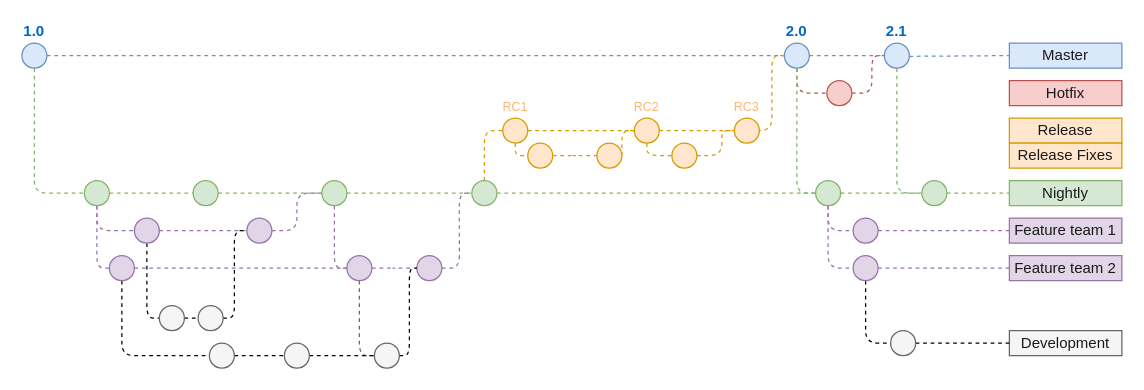
The draw.io diagram page "complex gitflow" (1 of 2) of blog/gitflow-examples.drawio in jgraph/drawio-diagrams, before the edit. Source tidied: cells renumbered, new cells numbered last; positions are measured from the earlier drawing's top-left corner, leaving out a move shared by most shapes. Both pictures are drawn from the tidied source at 125%, with x=0, y=0 at pixel (21, 42).
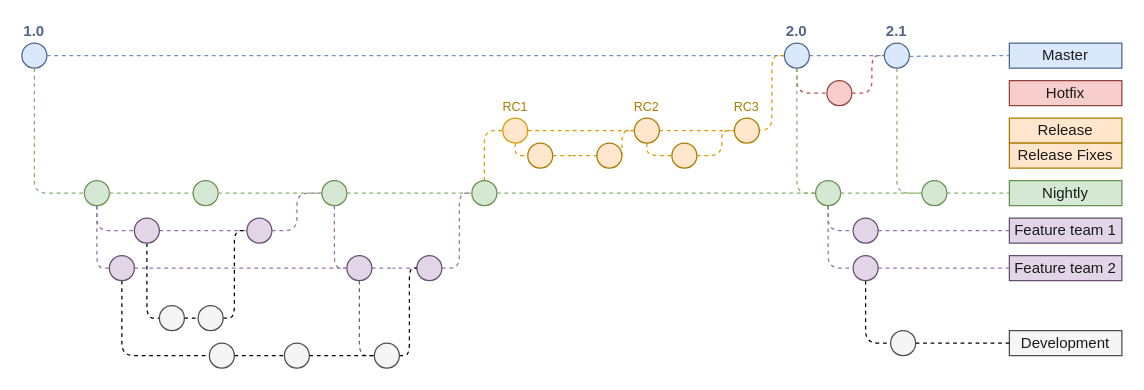
The same page after the edit.

What changed in the source:
```diff
@@
-    <mxCell id="4" value="1.0" style="ellipse;whiteSpace=wrap;html=1;fillColor=#dae8fc;strokeColor=#6c8ebf;fontStyle=1;labelPosition=center;verticalLabelPosition=top;align=center;verticalAlign=bottom;fontColor=#0066CC;" parent="1" vertex="1">
+    <mxCell id="4" value="1.0" style="ellipse;whiteSpace=wrap;html=1;fillColor=#dae8fc;strokeColor=#4E668A;fontStyle=1;labelPosition=center;verticalLabelPosition=top;align=center;verticalAlign=bottom;fontColor=#4E668A;" parent="1" vertex="1">
       <mxGeometry width="20" height="20" as="geometry" />
     </mxCell>
-    <mxCell id="5" value="Master" style="text;html=1;strokeColor=#6c8ebf;fillColor=#dae8fc;align=center;verticalAlign=middle;whiteSpace=wrap;rounded=0;fontColor=#1A1A1A;" parent="1" vertex="1">
+    <mxCell id="5" value="Master" style="text;html=1;strokeColor=#4E668A;fillColor=#dae8fc;align=center;verticalAlign=middle;whiteSpace=wrap;rounded=0;fontColor=#1A1A1A;" parent="1" vertex="1">
       <mxGeometry x="790" width="90" height="20" as="geometry" />
     </mxCell>
@@
-    <mxCell id="8" style="ellipse;whiteSpace=wrap;html=1;fillColor=#f8cecc;strokeColor=#b85450;" parent="1" vertex="1">
+    <mxCell id="8" style="ellipse;whiteSpace=wrap;html=1;fillColor=#f8cecc;strokeColor=#944440;" parent="1" vertex="1">
       <mxGeometry x="644" y="30" width="20" height="20" as="geometry" />
     </mxCell>
-    <mxCell id="9" value="2.1" style="ellipse;whiteSpace=wrap;html=1;fillColor=#dae8fc;strokeColor=#6c8ebf;fontStyle=1;labelPosition=center;verticalLabelPosition=top;align=center;verticalAlign=bottom;fontColor=#0066CC;" parent="1" vertex="1">
+    <mxCell id="9" value="2.1" style="ellipse;whiteSpace=wrap;html=1;fillColor=#dae8fc;strokeColor=#4E668A;fontStyle=1;labelPosition=center;verticalLabelPosition=top;align=center;verticalAlign=bottom;fontColor=#4E668A;" parent="1" vertex="1">
       <mxGeometry x="690" width="20" height="20" as="geometry" />
     </mxCell>
@@
-    <mxCell id="12" value="Hotfix" style="text;html=1;strokeColor=#b85450;fillColor=#f8cecc;align=center;verticalAlign=middle;whiteSpace=wrap;rounded=0;fontColor=#1A1A1A;" parent="1" vertex="1">
+    <mxCell id="12" value="Hotfix" style="text;html=1;strokeColor=#944440;fillColor=#f8cecc;align=center;verticalAlign=middle;whiteSpace=wrap;rounded=0;fontColor=#1A1A1A;" parent="1" vertex="1">
       <mxGeometry x="790" y="30" width="90" height="20" as="geometry" />
     </mxCell>
@@
-    <mxCell id="16" style="ellipse;whiteSpace=wrap;html=1;fillColor=#d5e8d4;strokeColor=#82b366;" parent="1" vertex="1">
+    <mxCell id="16" style="ellipse;whiteSpace=wrap;html=1;fillColor=#d5e8d4;strokeColor=#688F51;" parent="1" vertex="1">
       <mxGeometry x="50" y="110" width="20" height="20" as="geometry" />
     </mxCell>
-    <mxCell id="17" value="Nightly" style="text;html=1;strokeColor=#82b366;fillColor=#d5e8d4;align=center;verticalAlign=middle;whiteSpace=wrap;rounded=0;fontColor=#1A1A1A;" parent="1" vertex="1">
+    <mxCell id="17" value="Nightly" style="text;html=1;strokeColor=#688F51;fillColor=#d5e8d4;align=center;verticalAlign=middle;whiteSpace=wrap;rounded=0;fontColor=#1A1A1A;" parent="1" vertex="1">
       <mxGeometry x="790" y="110" width="90" height="20" as="geometry" />
     </mxCell>
-    <mxCell id="18" style="ellipse;whiteSpace=wrap;html=1;fillColor=#d5e8d4;strokeColor=#82b366;" parent="1" vertex="1">
+    <mxCell id="18" style="ellipse;whiteSpace=wrap;html=1;fillColor=#d5e8d4;strokeColor=#688F51;" parent="1" vertex="1">
       <mxGeometry x="137" y="110" width="20" height="20" as="geometry" />
     </mxCell>
@@
-    <mxCell id="21" style="ellipse;whiteSpace=wrap;html=1;fillColor=#d5e8d4;strokeColor=#82b366;" parent="1" vertex="1">
+    <mxCell id="21" style="ellipse;whiteSpace=wrap;html=1;fillColor=#d5e8d4;strokeColor=#688F51;" parent="1" vertex="1">
       <mxGeometry x="240" y="110" width="20" height="20" as="geometry" />
     </mxCell>
@@
-    <mxCell id="24" style="ellipse;whiteSpace=wrap;html=1;fillColor=#d5e8d4;strokeColor=#82b366;" parent="1" vertex="1">
+    <mxCell id="24" style="ellipse;whiteSpace=wrap;html=1;fillColor=#d5e8d4;strokeColor=#688F51;" parent="1" vertex="1">
       <mxGeometry x="360" y="110" width="20" height="20" as="geometry" />
     </mxCell>
@@
-    <mxCell id="27" value="2.0" style="ellipse;whiteSpace=wrap;html=1;fillColor=#dae8fc;strokeColor=#6c8ebf;fontStyle=1;labelPosition=center;verticalLabelPosition=top;align=center;verticalAlign=bottom;fontColor=#0066CC;" parent="1" vertex="1">
+    <mxCell id="27" value="2.0" style="ellipse;whiteSpace=wrap;html=1;fillColor=#dae8fc;strokeColor=#4E668A;fontStyle=1;labelPosition=center;verticalLabelPosition=top;align=center;verticalAlign=bottom;fontColor=#4E668A;" parent="1" vertex="1">
       <mxGeometry x="610" width="20" height="20" as="geometry" />
     </mxCell>
@@
-    <mxCell id="31" value="RC2" style="ellipse;whiteSpace=wrap;html=1;fontSize=10;labelPosition=center;verticalLabelPosition=top;align=center;verticalAlign=bottom;fillColor=#ffe6cc;strokeColor=#d79b00;fontColor=#FFB570;" parent="1" vertex="1">
+    <mxCell id="31" value="RC2" style="ellipse;whiteSpace=wrap;html=1;fontSize=10;labelPosition=center;verticalLabelPosition=top;align=center;verticalAlign=bottom;fillColor=#ffe6cc;strokeColor=#AB7B00;fontColor=#AB7B00;" parent="1" vertex="1">
       <mxGeometry x="490" y="60" width="20" height="20" as="geometry" />
     </mxCell>
@@
-    <mxCell id="33" value="RC1" style="ellipse;whiteSpace=wrap;html=1;fontSize=10;labelPosition=center;verticalLabelPosition=top;align=center;verticalAlign=bottom;fillColor=#ffe6cc;strokeColor=#d79b00;fontColor=#FFB570;" parent="1" vertex="1">
+    <mxCell id="33" value="RC1" style="ellipse;whiteSpace=wrap;html=1;fontSize=10;labelPosition=center;verticalLabelPosition=top;align=center;verticalAlign=bottom;fillColor=#ffe6cc;strokeColor=#d79b00;fontColor=#AB7B00;" parent="1" vertex="1">
       <mxGeometry x="384.7" y="60" width="20" height="20" as="geometry" />
     </mxCell>
-    <mxCell id="34" value="Release" style="text;html=1;strokeColor=#d79b00;fillColor=#ffe6cc;align=center;verticalAlign=middle;whiteSpace=wrap;rounded=0;fontSize=12;fontColor=#1A1A1A;" parent="1" vertex="1">
+    <mxCell id="34" value="Release" style="text;html=1;strokeColor=#AB7B00;fillColor=#ffe6cc;align=center;verticalAlign=middle;whiteSpace=wrap;rounded=0;fontSize=12;fontColor=#1A1A1A;" parent="1" vertex="1">
       <mxGeometry x="790" y="60" width="90" height="20" as="geometry" />
     </mxCell>
@@
-    <mxCell id="38" style="ellipse;whiteSpace=wrap;html=1;fontSize=10;fillColor=#e1d5e7;strokeColor=#9673a6;" parent="1" vertex="1">
+    <mxCell id="38" style="ellipse;whiteSpace=wrap;html=1;fontSize=10;fillColor=#e1d5e7;strokeColor=#654E70;" parent="1" vertex="1">
       <mxGeometry x="180" y="140" width="20" height="20" as="geometry" />
     </mxCell>
@@
-    <mxCell id="40" style="ellipse;whiteSpace=wrap;html=1;fontSize=10;fillColor=#e1d5e7;strokeColor=#9673a6;" parent="1" vertex="1">
+    <mxCell id="40" style="ellipse;whiteSpace=wrap;html=1;fontSize=10;fillColor=#e1d5e7;strokeColor=#654E70;" parent="1" vertex="1">
       <mxGeometry x="70" y="170" width="20" height="20" as="geometry" />
     </mxCell>
@@
-    <mxCell id="43" style="ellipse;whiteSpace=wrap;html=1;fontSize=10;fillColor=#e1d5e7;strokeColor=#9673a6;" parent="1" vertex="1">
+    <mxCell id="43" style="ellipse;whiteSpace=wrap;html=1;fontSize=10;fillColor=#e1d5e7;strokeColor=#654E70;" parent="1" vertex="1">
       <mxGeometry x="260" y="170" width="20" height="20" as="geometry" />
     </mxCell>
@@
-    <mxCell id="45" style="ellipse;whiteSpace=wrap;html=1;fontSize=10;fontColor=#333333;fillColor=#f5f5f5;strokeColor=#666666;" parent="1" vertex="1">
+    <mxCell id="45" style="ellipse;whiteSpace=wrap;html=1;fontSize=10;fontColor=#333333;fillColor=#f5f5f5;strokeColor=#4D4D4D;" parent="1" vertex="1">
       <mxGeometry x="110" y="210" width="20" height="20" as="geometry" />
     </mxCell>
@@
-    <mxCell id="47" style="ellipse;whiteSpace=wrap;html=1;fontSize=10;fillColor=#e1d5e7;strokeColor=#9673a6;" parent="1" vertex="1">
+    <mxCell id="47" style="ellipse;whiteSpace=wrap;html=1;fontSize=10;fillColor=#e1d5e7;strokeColor=#654E70;" parent="1" vertex="1">
       <mxGeometry x="316" y="170" width="20" height="20" as="geometry" />
     </mxCell>
@@
-    <mxCell id="49" value="Feature team 1" style="text;html=1;strokeColor=#9673a6;fillColor=#e1d5e7;align=center;verticalAlign=middle;whiteSpace=wrap;rounded=0;fontColor=#1A1A1A;" parent="1" vertex="1">
+    <mxCell id="49" value="Feature team 1" style="text;html=1;strokeColor=#654E70;fillColor=#e1d5e7;align=center;verticalAlign=middle;whiteSpace=wrap;rounded=0;fontColor=#1A1A1A;" parent="1" vertex="1">
       <mxGeometry x="790" y="140" width="90" height="20" as="geometry" />
     </mxCell>
-    <mxCell id="50" value="Feature team 2" style="text;html=1;strokeColor=#9673a6;fillColor=#e1d5e7;align=center;verticalAlign=middle;whiteSpace=wrap;rounded=0;fontColor=#1A1A1A;" parent="1" vertex="1">
+    <mxCell id="50" value="Feature team 2" style="text;html=1;strokeColor=#654E70;fillColor=#e1d5e7;align=center;verticalAlign=middle;whiteSpace=wrap;rounded=0;fontColor=#1A1A1A;" parent="1" vertex="1">
       <mxGeometry x="790" y="170" width="90" height="20" as="geometry" />
     </mxCell>
@@
-    <mxCell id="52" style="ellipse;whiteSpace=wrap;html=1;fontSize=10;fontColor=#333333;fillColor=#f5f5f5;strokeColor=#666666;" parent="1" vertex="1">
+    <mxCell id="52" style="ellipse;whiteSpace=wrap;html=1;fontSize=10;fontColor=#333333;fillColor=#f5f5f5;strokeColor=#4D4D4D;" parent="1" vertex="1">
       <mxGeometry x="141" y="210" width="20" height="20" as="geometry" />
     </mxCell>
@@
-    <mxCell id="54" style="ellipse;whiteSpace=wrap;html=1;fontSize=10;fontColor=#333333;fillColor=#f5f5f5;strokeColor=#666666;" parent="1" vertex="1">
+    <mxCell id="54" style="ellipse;whiteSpace=wrap;html=1;fontSize=10;fontColor=#333333;fillColor=#f5f5f5;strokeColor=#4D4D4D;" parent="1" vertex="1">
       <mxGeometry x="150" y="240" width="20" height="20" as="geometry" />
     </mxCell>
@@
-    <mxCell id="56" style="ellipse;whiteSpace=wrap;html=1;fontSize=10;fontColor=#333333;fillColor=#f5f5f5;strokeColor=#666666;" parent="1" vertex="1">
+    <mxCell id="56" style="ellipse;whiteSpace=wrap;html=1;fontSize=10;fontColor=#333333;fillColor=#f5f5f5;strokeColor=#4D4D4D;" parent="1" vertex="1">
       <mxGeometry x="210" y="240" width="20" height="20" as="geometry" />
     </mxCell>
@@
-    <mxCell id="58" style="ellipse;whiteSpace=wrap;html=1;fontSize=10;fontColor=#333333;fillColor=#f5f5f5;strokeColor=#666666;" parent="1" vertex="1">
+    <mxCell id="58" style="ellipse;whiteSpace=wrap;html=1;fontSize=10;fontColor=#333333;fillColor=#f5f5f5;strokeColor=#4D4D4D;" parent="1" vertex="1">
       <mxGeometry x="282" y="240" width="20" height="20" as="geometry" />
     </mxCell>
@@
-    <mxCell id="60" style="ellipse;whiteSpace=wrap;html=1;fontSize=10;fillColor=#ffe6cc;strokeColor=#d79b00;" parent="1" vertex="1">
+    <mxCell id="60" style="ellipse;whiteSpace=wrap;html=1;fontSize=10;fillColor=#ffe6cc;strokeColor=#AB7B00;" parent="1" vertex="1">
       <mxGeometry x="404.7" y="80" width="20" height="20" as="geometry" />
     </mxCell>
-    <mxCell id="61" value="Development" style="text;html=1;strokeColor=#666666;fillColor=#f5f5f5;align=center;verticalAlign=middle;whiteSpace=wrap;rounded=0;fontColor=#1A1A1A;" parent="1" vertex="1">
+    <mxCell id="61" value="Development" style="text;html=1;strokeColor=#4D4D4D;fillColor=#f5f5f5;align=center;verticalAlign=middle;whiteSpace=wrap;rounded=0;fontColor=#1A1A1A;" parent="1" vertex="1">
       <mxGeometry x="790" y="230" width="90" height="20" as="geometry" />
     </mxCell>
@@
-    <mxCell id="63" style="ellipse;whiteSpace=wrap;html=1;fontSize=10;fillColor=#ffe6cc;strokeColor=#d79b00;" parent="1" vertex="1">
+    <mxCell id="63" style="ellipse;whiteSpace=wrap;html=1;fontSize=10;fillColor=#ffe6cc;strokeColor=#AB7B00;" parent="1" vertex="1">
       <mxGeometry x="460" y="80" width="20" height="20" as="geometry" />
     </mxCell>
@@
-    <mxCell id="67" style="ellipse;whiteSpace=wrap;html=1;fontSize=10;fillColor=#d5e8d4;strokeColor=#82b366;" parent="1" vertex="1">
+    <mxCell id="67" style="ellipse;whiteSpace=wrap;html=1;fontSize=10;fillColor=#d5e8d4;strokeColor=#688F51;" parent="1" vertex="1">
       <mxGeometry x="635" y="110" width="20" height="20" as="geometry" />
     </mxCell>
@@
-    <mxCell id="69" value="Release Fixes" style="text;html=1;strokeColor=#d79b00;fillColor=#ffe6cc;align=center;verticalAlign=middle;whiteSpace=wrap;rounded=0;fontSize=12;fontColor=#1A1A1A;" parent="1" vertex="1">
+    <mxCell id="69" value="Release Fixes" style="text;html=1;strokeColor=#AB7B00;fillColor=#ffe6cc;align=center;verticalAlign=middle;whiteSpace=wrap;rounded=0;fontSize=12;fontColor=#1A1A1A;" parent="1" vertex="1">
       <mxGeometry x="790" y="80" width="90" height="20" as="geometry" />
     </mxCell>
-    <mxCell id="70" style="ellipse;whiteSpace=wrap;html=1;fontSize=12;fillColor=#d5e8d4;strokeColor=#82b366;" parent="1" vertex="1">
+    <mxCell id="70" style="ellipse;whiteSpace=wrap;html=1;fontSize=12;fillColor=#d5e8d4;strokeColor=#688F51;" parent="1" vertex="1">
       <mxGeometry x="720" y="110" width="20" height="20" as="geometry" />
     </mxCell>
@@
-    <mxCell id="73" style="ellipse;whiteSpace=wrap;html=1;fontSize=10;fillColor=#ffe6cc;strokeColor=#d79b00;" parent="1" vertex="1">
+    <mxCell id="73" style="ellipse;whiteSpace=wrap;html=1;fontSize=10;fillColor=#ffe6cc;strokeColor=#AB7B00;" parent="1" vertex="1">
       <mxGeometry x="520" y="80" width="20" height="20" as="geometry" />
     </mxCell>
-    <mxCell id="74" value="RC3" style="ellipse;whiteSpace=wrap;html=1;fontSize=10;fillColor=#ffe6cc;strokeColor=#d79b00;labelPosition=center;verticalLabelPosition=top;align=center;verticalAlign=bottom;fontColor=#FFB570;" parent="1" vertex="1">
+    <mxCell id="74" value="RC3" style="ellipse;whiteSpace=wrap;html=1;fontSize=10;fillColor=#ffe6cc;strokeColor=#AB7B00;labelPosition=center;verticalLabelPosition=top;align=center;verticalAlign=bottom;fontColor=#AB7B00;" parent="1" vertex="1">
       <mxGeometry x="570" y="60" width="20" height="20" as="geometry" />
     </mxCell>
@@
-    <mxCell id="76" style="ellipse;whiteSpace=wrap;html=1;fontSize=12;fillColor=#e1d5e7;strokeColor=#9673a6;" parent="1" vertex="1">
+    <mxCell id="76" style="ellipse;whiteSpace=wrap;html=1;fontSize=12;fillColor=#e1d5e7;strokeColor=#654E70;" parent="1" vertex="1">
       <mxGeometry x="665" y="140" width="20" height="20" as="geometry" />
     </mxCell>
@@
-    <mxCell id="79" style="ellipse;whiteSpace=wrap;html=1;fontSize=12;fillColor=#e1d5e7;strokeColor=#9673a6;" parent="1" vertex="1">
+    <mxCell id="79" style="ellipse;whiteSpace=wrap;html=1;fontSize=12;fillColor=#e1d5e7;strokeColor=#654E70;" parent="1" vertex="1">
       <mxGeometry x="665" y="170" width="20" height="20" as="geometry" />
     </mxCell>
-    <mxCell id="80" style="ellipse;whiteSpace=wrap;html=1;fontSize=10;fillColor=#e1d5e7;strokeColor=#9673a6;" parent="1" vertex="1">
+    <mxCell id="80" style="ellipse;whiteSpace=wrap;html=1;fontSize=10;fillColor=#e1d5e7;strokeColor=#654E70;" parent="1" vertex="1">
       <mxGeometry x="90" y="140" width="20" height="20" as="geometry" />
     </mxCell>
@@
-    <mxCell id="82" style="ellipse;whiteSpace=wrap;html=1;fontSize=10;fontColor=#333333;fillColor=#f5f5f5;strokeColor=#666666;" parent="1" vertex="1">
+    <mxCell id="82" style="ellipse;whiteSpace=wrap;html=1;fontSize=10;fontColor=#333333;fillColor=#f5f5f5;strokeColor=#4D4D4D;" parent="1" vertex="1">
       <mxGeometry x="695" y="230" width="20" height="20" as="geometry" />
     </mxCell>
```
